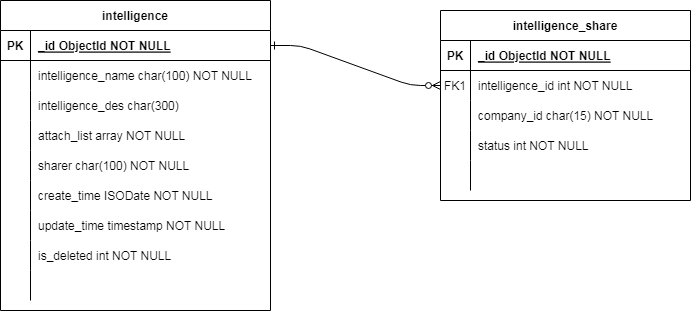
Before: shared_intelligence.drawio.png, a diagram exported from draw.io (qiuliangbin/draw.io). Source tidied: cells renumbered, new cells last; positions are measured from the earlier drawing's top-left corner, leaving out a move shared by most shapes. Source of this version:
```xml
<mxGraphModel>
  <root>
    <mxCell id="0" />
    <mxCell id="1" parent="0" />
    <mxCell id="2" style="edgeStyle=entityRelationEdgeStyle;endArrow=ERzeroToMany;startArrow=ERone;endFill=1;startFill=0;" parent="1" edge="1" source="20" target="7">
      <mxGeometry relative="1" as="geometry" />
    </mxCell>
    <mxCell id="3" value="intelligence_share" style="shape=table;startSize=30;rowLines=0;fontStyle=1;align=center;" parent="1" vertex="1">
      <mxGeometry x="440" y="10" width="250" height="190" as="geometry" />
    </mxCell>
    <mxCell id="4" style="shape=partialRectangle;fillColor=none;top=0;left=0;right=0;bottom=1;" parent="3" vertex="1">
      <mxGeometry y="30" width="250" height="30" as="geometry" />
    </mxCell>
    <mxCell id="5" value="PK" style="shape=partialRectangle;overflow=hidden;fillColor=none;top=0;left=0;bottom=0;right=0;fontStyle=1;" parent="4" vertex="1">
      <mxGeometry width="30" height="30" as="geometry" />
    </mxCell>
    <mxCell id="6" value="_id ObjectId NOT NULL " style="shape=partialRectangle;overflow=hidden;fillColor=none;top=0;left=0;bottom=0;right=0;align=left;spacingLeft=6;fontStyle=5;" parent="4" vertex="1">
      <mxGeometry x="30" width="220" height="30" as="geometry" />
    </mxCell>
    <mxCell id="7" style="shape=partialRectangle;fillColor=none;points=[[0,0.5],[1,0.5]];portConstraint=eastwest;top=0;left=0;right=0;bottom=0;" parent="3" vertex="1">
      <mxGeometry y="60" width="250" height="30" as="geometry" />
    </mxCell>
    <mxCell id="8" value="FK1" style="shape=partialRectangle;overflow=hidden;fillColor=none;top=0;left=0;bottom=0;right=0;" parent="7" vertex="1">
      <mxGeometry width="30" height="30" as="geometry" />
    </mxCell>
    <mxCell id="9" value="intelligence_id int NOT NULL" style="shape=partialRectangle;overflow=hidden;fillColor=none;top=0;left=0;bottom=0;right=0;align=left;spacingLeft=6;" parent="7" vertex="1">
      <mxGeometry x="30" width="220" height="30" as="geometry" />
    </mxCell>
    <mxCell id="10" style="shape=partialRectangle;fillColor=none;top=0;left=0;right=0;bottom=0;" parent="3" vertex="1">
      <mxGeometry y="90" width="250" height="30" as="geometry" />
    </mxCell>
    <mxCell id="11" style="shape=partialRectangle;overflow=hidden;fillColor=none;top=0;left=0;bottom=0;right=0;" parent="10" vertex="1">
      <mxGeometry width="30" height="30" as="geometry" />
    </mxCell>
    <mxCell id="12" value="company_id char(15) NOT NULL" style="shape=partialRectangle;overflow=hidden;fillColor=none;top=0;left=0;bottom=0;right=0;align=left;spacingLeft=6;" parent="10" vertex="1">
      <mxGeometry x="30" width="220" height="30" as="geometry" />
    </mxCell>
    <mxCell id="13" style="shape=partialRectangle;fillColor=none;top=0;left=0;right=0;bottom=0;" parent="3" vertex="1">
      <mxGeometry y="120" width="250" height="30" as="geometry" />
    </mxCell>
    <mxCell id="14" style="shape=partialRectangle;overflow=hidden;fillColor=none;top=0;left=0;bottom=0;right=0;" parent="13" vertex="1">
      <mxGeometry width="30" height="30" as="geometry" />
    </mxCell>
    <mxCell id="15" value="status int NOT NULL" style="shape=partialRectangle;overflow=hidden;fillColor=none;top=0;left=0;bottom=0;right=0;align=left;spacingLeft=6;" parent="13" vertex="1">
      <mxGeometry x="30" width="220" height="30" as="geometry" />
    </mxCell>
    <mxCell id="16" style="shape=partialRectangle;fillColor=none;top=0;left=0;right=0;bottom=0;" parent="3" vertex="1">
      <mxGeometry y="150" width="250" height="30" as="geometry" />
    </mxCell>
    <mxCell id="17" style="shape=partialRectangle;overflow=hidden;fillColor=none;top=0;left=0;bottom=0;right=0;" parent="16" vertex="1">
      <mxGeometry width="30" height="30" as="geometry" />
    </mxCell>
    <mxCell id="18" style="shape=partialRectangle;overflow=hidden;fillColor=none;top=0;left=0;bottom=0;right=0;align=left;spacingLeft=6;" parent="16" vertex="1">
      <mxGeometry x="30" width="220" height="30" as="geometry" />
    </mxCell>
    <mxCell id="19" value="intelligence" style="shape=table;startSize=30;rowLines=0;fontStyle=1;align=center;" parent="1" vertex="1">
      <mxGeometry width="270" height="310" as="geometry" />
    </mxCell>
    <mxCell id="20" style="shape=partialRectangle;fillColor=none;points=[[0,0.5],[1,0.5]];portConstraint=eastwest;top=0;left=0;right=0;bottom=1;" parent="19" vertex="1">
      <mxGeometry y="30" width="270" height="30" as="geometry" />
    </mxCell>
    <mxCell id="21" value="PK" style="shape=partialRectangle;overflow=hidden;fillColor=none;top=0;left=0;bottom=0;right=0;fontStyle=1;" parent="20" vertex="1">
      <mxGeometry width="30" height="30" as="geometry" />
    </mxCell>
    <mxCell id="22" value="_id ObjectId NOT NULL " style="shape=partialRectangle;overflow=hidden;fillColor=none;top=0;left=0;bottom=0;right=0;align=left;spacingLeft=6;fontStyle=5;" parent="20" vertex="1">
      <mxGeometry x="30" width="240" height="30" as="geometry" />
    </mxCell>
    <mxCell id="23" style="shape=partialRectangle;fillColor=none;top=0;left=0;right=0;bottom=0;" parent="19" vertex="1">
      <mxGeometry y="60" width="270" height="30" as="geometry" />
    </mxCell>
    <mxCell id="24" style="shape=partialRectangle;overflow=hidden;fillColor=none;top=0;left=0;bottom=0;right=0;" parent="23" vertex="1">
      <mxGeometry width="30" height="30" as="geometry" />
    </mxCell>
    <mxCell id="25" value="intelligence_name char(100) NOT NULL" style="shape=partialRectangle;overflow=hidden;fillColor=none;top=0;left=0;bottom=0;right=0;align=left;spacingLeft=6;" parent="23" vertex="1">
      <mxGeometry x="30" width="240" height="30" as="geometry" />
    </mxCell>
    <mxCell id="26" style="shape=partialRectangle;fillColor=none;top=0;left=0;right=0;bottom=0;" parent="19" vertex="1">
      <mxGeometry y="90" width="270" height="30" as="geometry" />
    </mxCell>
    <mxCell id="27" style="shape=partialRectangle;overflow=hidden;fillColor=none;top=0;left=0;bottom=0;right=0;" parent="26" vertex="1">
      <mxGeometry width="30" height="30" as="geometry" />
    </mxCell>
    <mxCell id="28" value="intelligence_des char(300)" style="shape=partialRectangle;overflow=hidden;fillColor=none;top=0;left=0;bottom=0;right=0;align=left;spacingLeft=6;" parent="26" vertex="1">
      <mxGeometry x="30" width="240" height="30" as="geometry" />
    </mxCell>
    <mxCell id="29" style="shape=partialRectangle;fillColor=none;top=0;left=0;right=0;bottom=0;" parent="19" vertex="1">
      <mxGeometry y="120" width="270" height="30" as="geometry" />
    </mxCell>
    <mxCell id="30" style="shape=partialRectangle;overflow=hidden;fillColor=none;top=0;left=0;bottom=0;right=0;" parent="29" vertex="1">
      <mxGeometry width="30" height="30" as="geometry" />
    </mxCell>
    <mxCell id="31" value="attach_list array NOT NULL" style="shape=partialRectangle;overflow=hidden;fillColor=none;top=0;left=0;bottom=0;right=0;align=left;spacingLeft=6;" parent="29" vertex="1">
      <mxGeometry x="30" width="240" height="30" as="geometry" />
    </mxCell>
    <mxCell id="32" style="shape=partialRectangle;fillColor=none;top=0;left=0;right=0;bottom=0;" parent="19" vertex="1">
      <mxGeometry y="150" width="270" height="30" as="geometry" />
    </mxCell>
    <mxCell id="33" style="shape=partialRectangle;overflow=hidden;fillColor=none;top=0;left=0;bottom=0;right=0;" parent="32" vertex="1">
      <mxGeometry width="30" height="30" as="geometry" />
    </mxCell>
    <mxCell id="34" value="sharer char(100) NOT NULL" style="shape=partialRectangle;overflow=hidden;fillColor=none;top=0;left=0;bottom=0;right=0;align=left;spacingLeft=6;" parent="32" vertex="1">
      <mxGeometry x="30" width="240" height="30" as="geometry" />
    </mxCell>
    <mxCell id="35" style="shape=partialRectangle;fillColor=none;top=0;left=0;right=0;bottom=0;" parent="19" vertex="1">
      <mxGeometry y="180" width="270" height="30" as="geometry" />
    </mxCell>
    <mxCell id="36" style="shape=partialRectangle;overflow=hidden;fillColor=none;top=0;left=0;bottom=0;right=0;" parent="35" vertex="1">
      <mxGeometry width="30" height="30" as="geometry" />
    </mxCell>
    <mxCell id="37" value="create_time ISODate NOT NULL" style="shape=partialRectangle;overflow=hidden;fillColor=none;top=0;left=0;bottom=0;right=0;align=left;spacingLeft=6;" parent="35" vertex="1">
      <mxGeometry x="30" width="240" height="30" as="geometry" />
    </mxCell>
    <mxCell id="38" style="shape=partialRectangle;fillColor=none;top=0;left=0;right=0;bottom=0;" parent="19" vertex="1">
      <mxGeometry y="210" width="270" height="30" as="geometry" />
    </mxCell>
    <mxCell id="39" style="shape=partialRectangle;overflow=hidden;fillColor=none;top=0;left=0;bottom=0;right=0;" parent="38" vertex="1">
      <mxGeometry width="30" height="30" as="geometry" />
    </mxCell>
    <mxCell id="40" value="update_time timestamp NOT NULL" style="shape=partialRectangle;overflow=hidden;fillColor=none;top=0;left=0;bottom=0;right=0;align=left;spacingLeft=6;" parent="38" vertex="1">
      <mxGeometry x="30" width="240" height="30" as="geometry" />
    </mxCell>
    <mxCell id="41" style="shape=partialRectangle;fillColor=none;top=0;left=0;right=0;bottom=0;" parent="19" vertex="1">
      <mxGeometry y="240" width="270" height="30" as="geometry" />
    </mxCell>
    <mxCell id="42" style="shape=partialRectangle;overflow=hidden;fillColor=none;top=0;left=0;bottom=0;right=0;" parent="41" vertex="1">
      <mxGeometry width="30" height="30" as="geometry" />
    </mxCell>
    <mxCell id="43" value="is_deleted int NOT NULL" style="shape=partialRectangle;overflow=hidden;fillColor=none;top=0;left=0;bottom=0;right=0;align=left;spacingLeft=6;" parent="41" vertex="1">
      <mxGeometry x="30" width="240" height="30" as="geometry" />
    </mxCell>
    <mxCell id="44" style="shape=partialRectangle;fillColor=none;top=0;left=0;right=0;bottom=0;" parent="19" vertex="1">
      <mxGeometry y="270" width="270" height="30" as="geometry" />
    </mxCell>
    <mxCell id="45" style="shape=partialRectangle;overflow=hidden;fillColor=none;top=0;left=0;bottom=0;right=0;" parent="44" vertex="1">
      <mxGeometry width="30" height="30" as="geometry" />
    </mxCell>
    <mxCell id="46" style="shape=partialRectangle;overflow=hidden;fillColor=none;top=0;left=0;bottom=0;right=0;align=left;spacingLeft=6;" parent="44" vertex="1">
      <mxGeometry x="30" width="240" height="30" as="geometry" />
    </mxCell>
  </root>
</mxGraphModel>
```
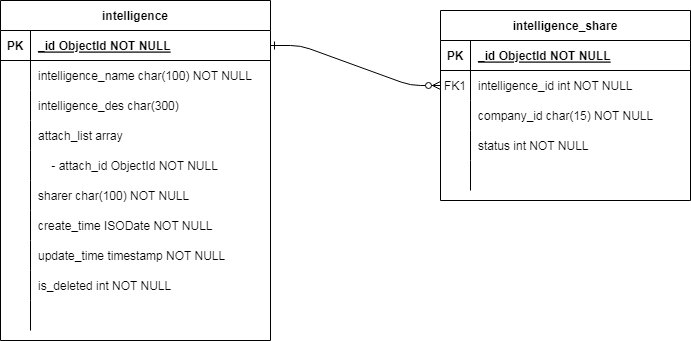
After the commit.

Change to the diagram source:
```diff
@@ -54,7 +54,7 @@
       <mxGeometry x="30" width="220" height="30" as="geometry" />
     </mxCell>
     <mxCell id="19" value="intelligence" style="shape=table;startSize=30;rowLines=0;fontStyle=1;align=center;" parent="1" vertex="1">
-      <mxGeometry width="270" height="310" as="geometry" />
+      <mxGeometry width="270" height="340" as="geometry" />
     </mxCell>
     <mxCell id="20" style="shape=partialRectangle;fillColor=none;points=[[0,0.5],[1,0.5]];portConstraint=eastwest;top=0;left=0;right=0;bottom=1;" parent="19" vertex="1">
       <mxGeometry y="30" width="270" height="30" as="geometry" />
@@ -89,11 +89,20 @@
     <mxCell id="30" style="shape=partialRectangle;overflow=hidden;fillColor=none;top=0;left=0;bottom=0;right=0;" parent="29" vertex="1">
       <mxGeometry width="30" height="30" as="geometry" />
     </mxCell>
-    <mxCell id="31" value="attach_list array NOT NULL" style="shape=partialRectangle;overflow=hidden;fillColor=none;top=0;left=0;bottom=0;right=0;align=left;spacingLeft=6;" parent="29" vertex="1">
+    <mxCell id="31" value="attach_list array" style="shape=partialRectangle;overflow=hidden;fillColor=none;top=0;left=0;bottom=0;right=0;align=left;spacingLeft=6;" parent="29" vertex="1">
       <mxGeometry x="30" width="240" height="30" as="geometry" />
     </mxCell>
+    <mxCell id="47" style="shape=partialRectangle;fillColor=none;top=0;left=0;right=0;bottom=0;" parent="19" vertex="1">
+      <mxGeometry y="150" width="270" height="30" as="geometry" />
+    </mxCell>
+    <mxCell id="48" style="shape=partialRectangle;overflow=hidden;fillColor=none;top=0;left=0;bottom=0;right=0;" parent="47" vertex="1">
+      <mxGeometry width="30" height="30" as="geometry" />
+    </mxCell>
+    <mxCell id="49" value="    - attach_id ObjectId NOT NULL" style="shape=partialRectangle;overflow=hidden;fillColor=none;top=0;left=0;bottom=0;right=0;align=left;spacingLeft=6;" parent="47" vertex="1">
+      <mxGeometry x="30" width="240" height="30" as="geometry" />
+    </mxCell>
     <mxCell id="32" style="shape=partialRectangle;fillColor=none;top=0;left=0;right=0;bottom=0;" parent="19" vertex="1">
-      <mxGeometry y="150" width="270" height="30" as="geometry" />
+      <mxGeometry y="180" width="270" height="30" as="geometry" />
     </mxCell>
     <mxCell id="33" style="shape=partialRectangle;overflow=hidden;fillColor=none;top=0;left=0;bottom=0;right=0;" parent="32" vertex="1">
       <mxGeometry width="30" height="30" as="geometry" />
@@ -102,7 +111,7 @@
       <mxGeometry x="30" width="240" height="30" as="geometry" />
     </mxCell>
     <mxCell id="35" style="shape=partialRectangle;fillColor=none;top=0;left=0;right=0;bottom=0;" parent="19" vertex="1">
-      <mxGeometry y="180" width="270" height="30" as="geometry" />
+      <mxGeometry y="210" width="270" height="30" as="geometry" />
     </mxCell>
     <mxCell id="36" style="shape=partialRectangle;overflow=hidden;fillColor=none;top=0;left=0;bottom=0;right=0;" parent="35" vertex="1">
       <mxGeometry width="30" height="30" as="geometry" />
@@ -111,7 +120,7 @@
       <mxGeometry x="30" width="240" height="30" as="geometry" />
     </mxCell>
     <mxCell id="38" style="shape=partialRectangle;fillColor=none;top=0;left=0;right=0;bottom=0;" parent="19" vertex="1">
-      <mxGeometry y="210" width="270" height="30" as="geometry" />
+      <mxGeometry y="240" width="270" height="30" as="geometry" />
     </mxCell>
     <mxCell id="39" style="shape=partialRectangle;overflow=hidden;fillColor=none;top=0;left=0;bottom=0;right=0;" parent="38" vertex="1">
       <mxGeometry width="30" height="30" as="geometry" />
@@ -120,7 +129,7 @@
       <mxGeometry x="30" width="240" height="30" as="geometry" />
     </mxCell>
     <mxCell id="41" style="shape=partialRectangle;fillColor=none;top=0;left=0;right=0;bottom=0;" parent="19" vertex="1">
-      <mxGeometry y="240" width="270" height="30" as="geometry" />
+      <mxGeometry y="270" width="270" height="30" as="geometry" />
     </mxCell>
     <mxCell id="42" style="shape=partialRectangle;overflow=hidden;fillColor=none;top=0;left=0;bottom=0;right=0;" parent="41" vertex="1">
       <mxGeometry width="30" height="30" as="geometry" />
@@ -129,7 +138,7 @@
       <mxGeometry x="30" width="240" height="30" as="geometry" />
     </mxCell>
     <mxCell id="44" style="shape=partialRectangle;fillColor=none;top=0;left=0;right=0;bottom=0;" parent="19" vertex="1">
-      <mxGeometry y="270" width="270" height="30" as="geometry" />
+      <mxGeometry y="300" width="270" height="30" as="geometry" />
     </mxCell>
     <mxCell id="45" style="shape=partialRectangle;overflow=hidden;fillColor=none;top=0;left=0;bottom=0;right=0;" parent="44" vertex="1">
       <mxGeometry width="30" height="30" as="geometry" />
```
